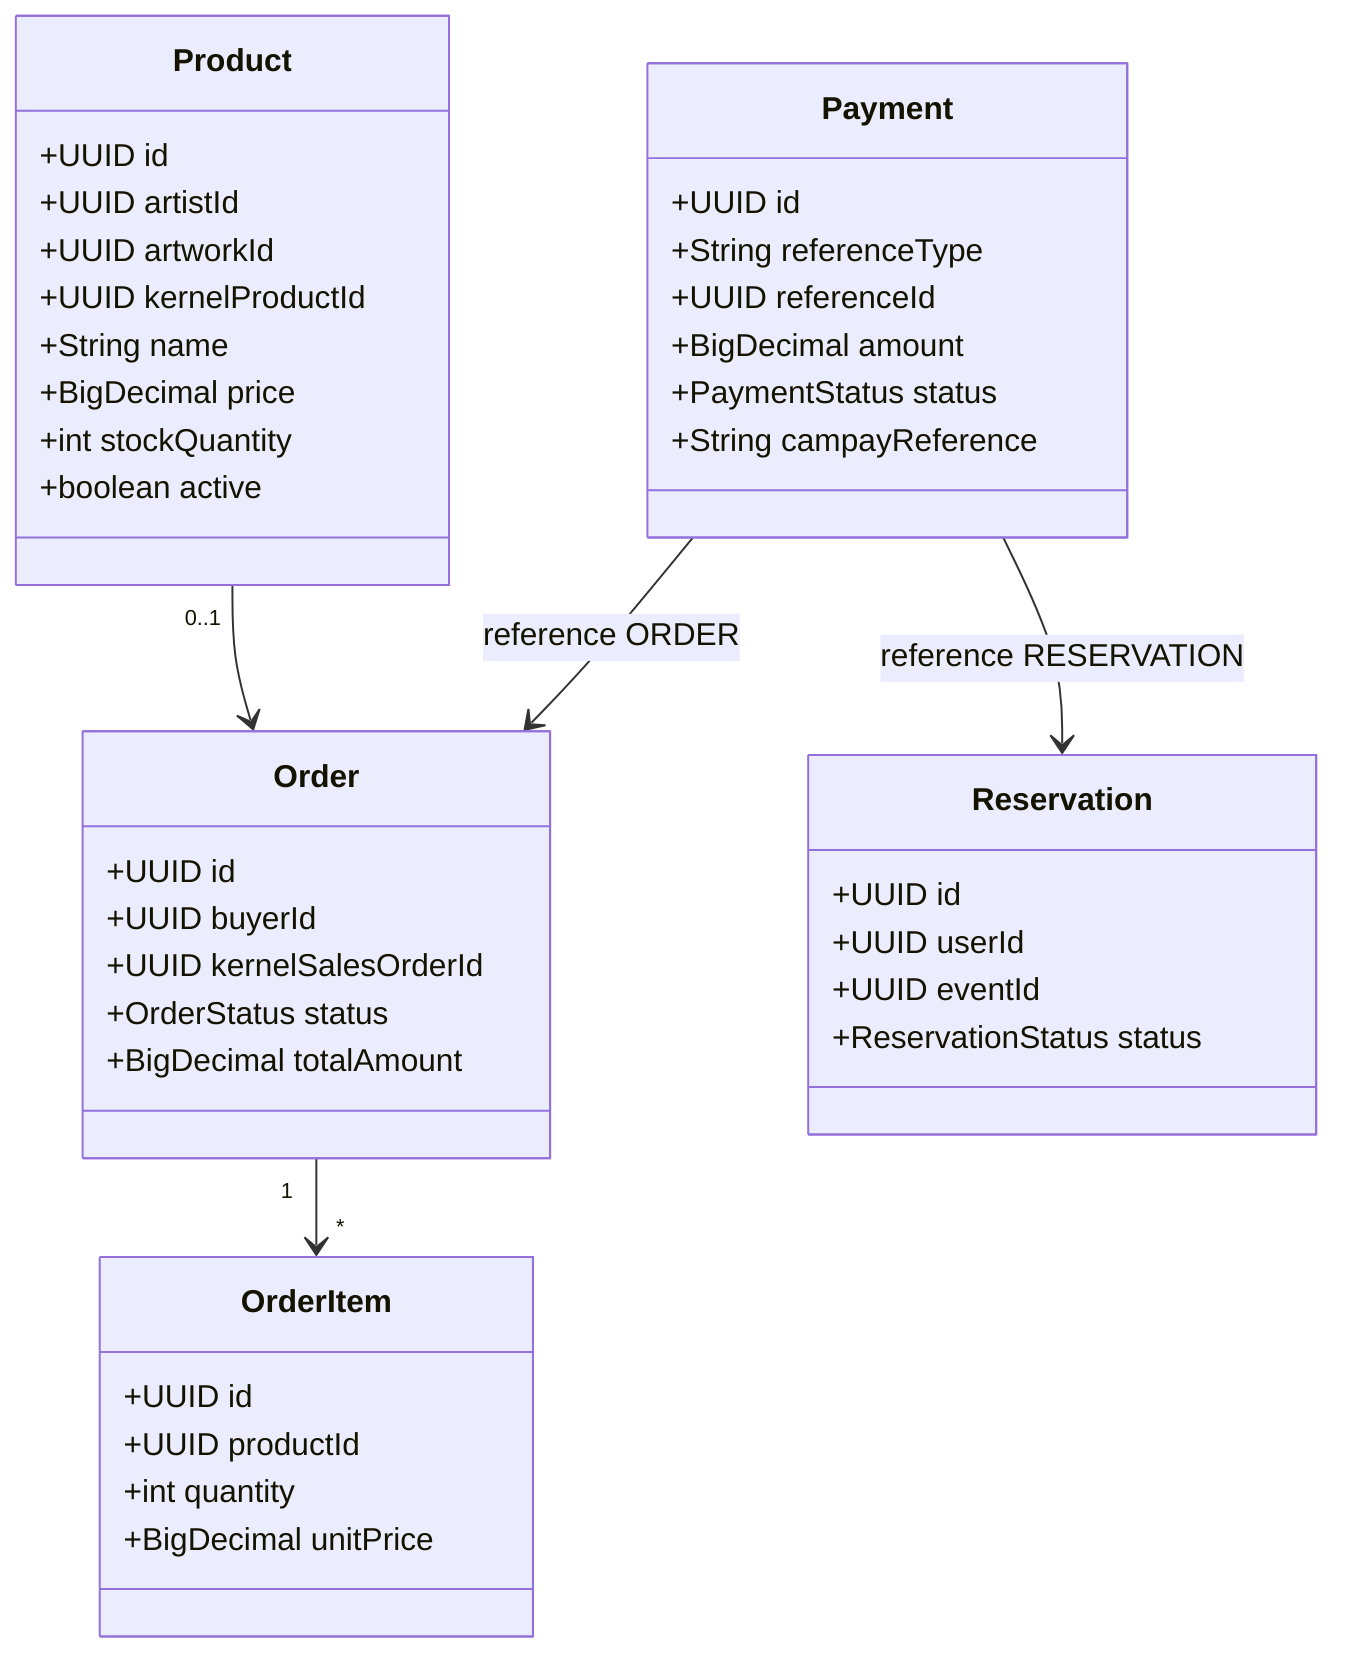
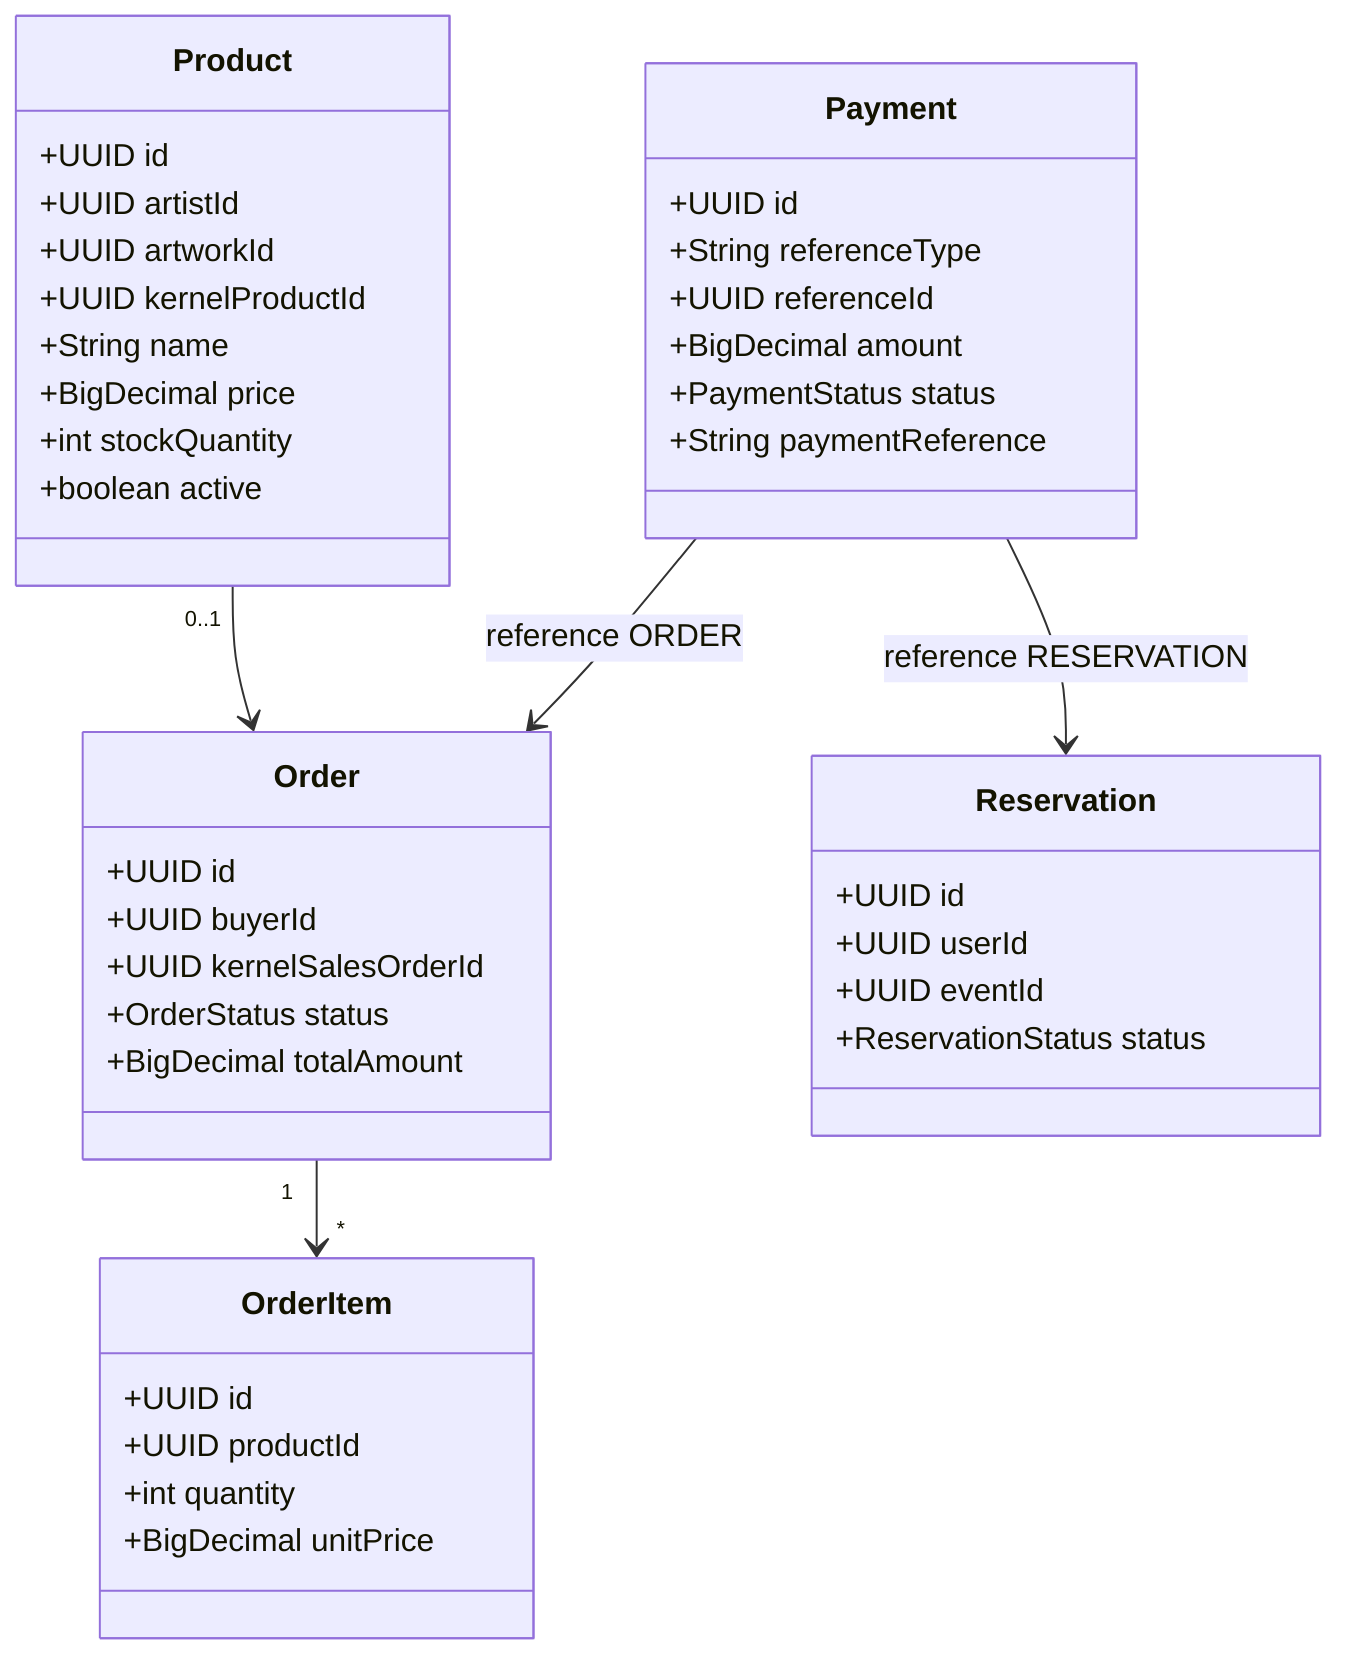
classDiagram
    class Product {
        +UUID id
        +UUID artistId
        +UUID artworkId
        +UUID kernelProductId
        +String name
        +BigDecimal price
        +int stockQuantity
        +boolean active
    }

    class Order {
        +UUID id
        +UUID buyerId
        +UUID kernelSalesOrderId
        +OrderStatus status
        +BigDecimal totalAmount
    }

    class OrderItem {
        +UUID id
        +UUID productId
        +int quantity
        +BigDecimal unitPrice
    }

    class Payment {
        +UUID id
        +String referenceType
        +UUID referenceId
        +BigDecimal amount
        +PaymentStatus status
-         +String campayReference
+         +String paymentReference
    }

    Product "0..1" --> Order
    Order "1" --> "*" OrderItem
    Payment --> Order : reference ORDER
    Payment --> Reservation : reference RESERVATION

    class Reservation {
        +UUID id
        +UUID userId
        +UUID eventId
        +ReservationStatus status
    }
